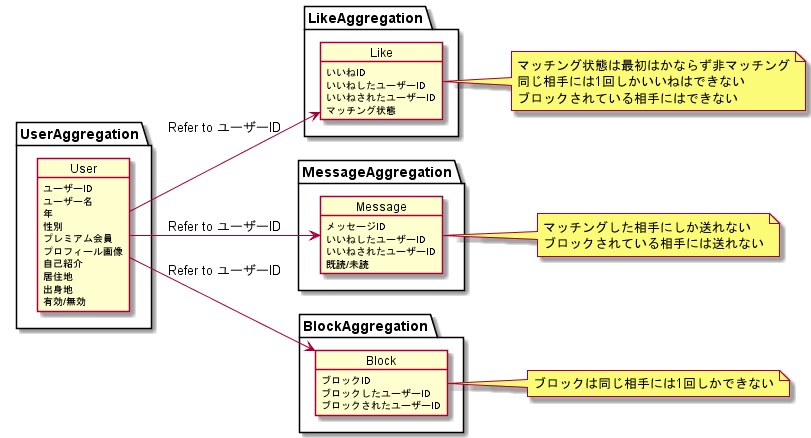
The PlantUML diagram out/documents/aggregation/aggregation.png in pistachio1000g/DDDWithTypeScript, before a commit.
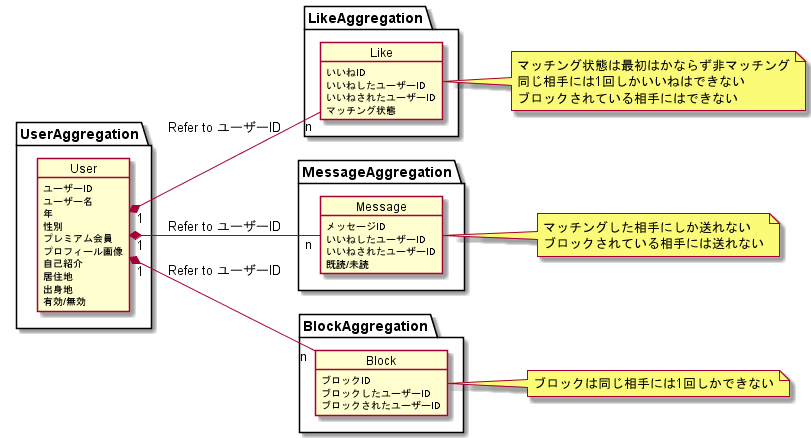
The same file after the commit.

Diff of the diagram source:
```diff
@@ -41,9 +41,9 @@
     }
 }
 
-User --> Like:Refer to ユーザーID
-User --> Message:Refer to ユーザーID
-User --> Block:Refer to ユーザーID
+User "1" *-- "n" Like:Refer to ユーザーID
+User "1" *-- "n" Message:Refer to ユーザーID
+User "1" *-- "n" Block:Refer to ユーザーID
 
 note right of Like
 マッチング状態は最初はかならず非マッチング
```
